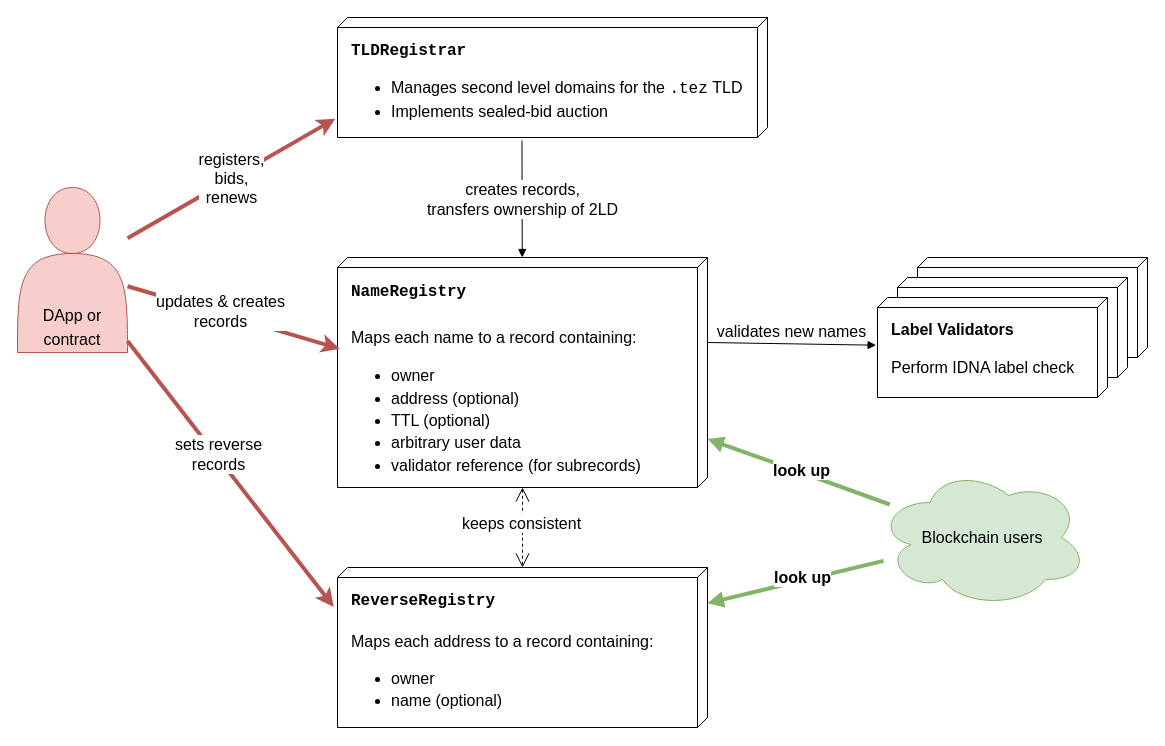
Earlier version of the draw.io diagram .gitbook/assets/smart_contracts.drawio (tezos-domains/docs). Source tidied: cells renumbered, new cells numbered last; positions are measured from the earlier drawing's top-left corner, leaving out a move shared by most shapes. Both pictures are drawn from the tidied source at 100%, with x=0, y=0 at pixel (17, 17).
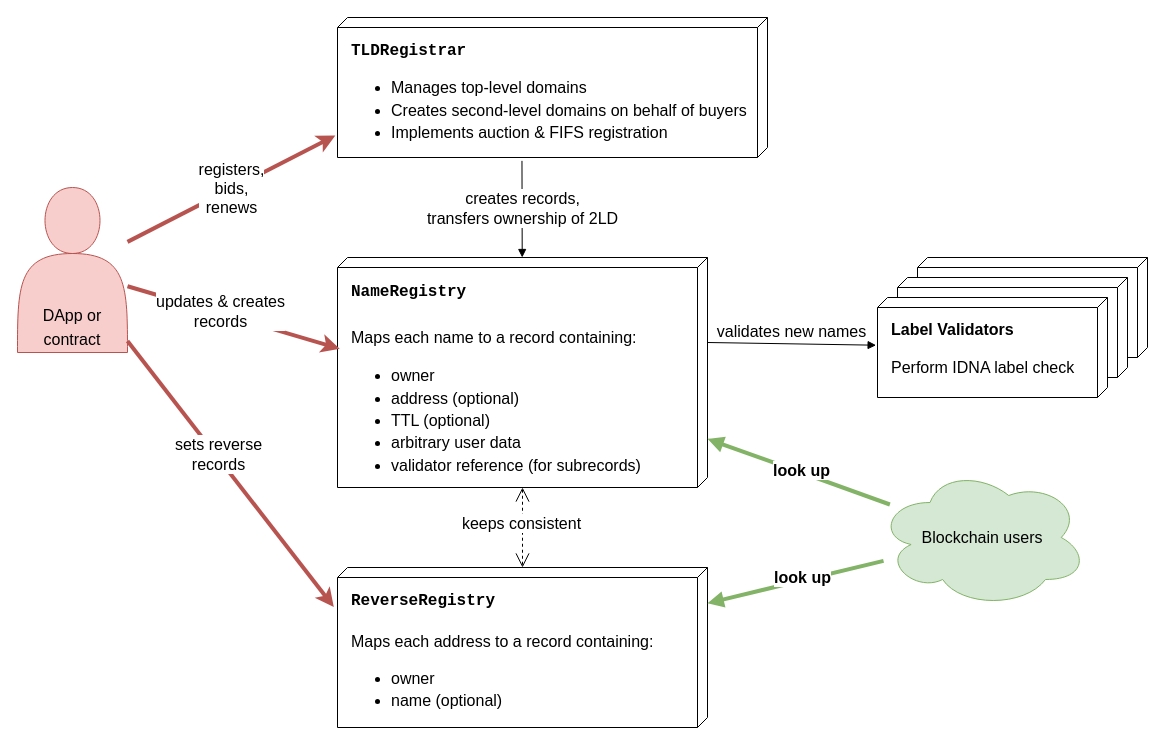
The same diagram, later.

The edit, as a diff of the source:
```diff
@@
-    <mxCell id="7" value="&lt;font&gt;&lt;font style=&quot;font-weight: bold ; font-family: &amp;#34;courier new&amp;#34; ; font-size: 16px&quot;&gt;TLDRegistrar&lt;/font&gt;&lt;br style=&quot;font-size: 16px&quot;&gt;&lt;ul style=&quot;line-height: 140%&quot;&gt;&lt;li&gt;&lt;font&gt;Manages second level domains for the &lt;font face=&quot;Courier New&quot;&gt;.tez&lt;/font&gt;&amp;nbsp;TLD&lt;/font&gt;&lt;/li&gt;&lt;li&gt;&lt;font&gt;Implements sealed-bid auction&lt;/font&gt;&lt;/li&gt;&lt;/ul&gt;&lt;/font&gt;" style="verticalAlign=top;align=left;spacingTop=16;spacingLeft=12;spacingRight=12;shape=cube;size=10;direction=south;fontStyle=0;html=1;fontSize=16;fontColor=#000000;" parent="1" vertex="1">
-      <mxGeometry x="320" width="430" height="120" as="geometry" />
+    <mxCell id="7" value="&lt;font&gt;&lt;font style=&quot;font-weight: bold ; font-family: &amp;#34;courier new&amp;#34; ; font-size: 16px&quot;&gt;TLDRegistrar&lt;/font&gt;&lt;br style=&quot;font-size: 16px&quot;&gt;&lt;ul style=&quot;line-height: 140%&quot;&gt;&lt;li&gt;&lt;font&gt;Manages top-level domains&lt;/font&gt;&lt;/li&gt;&lt;li&gt;&lt;font&gt;Creates second-level domains on behalf of buyers&lt;/font&gt;&lt;/li&gt;&lt;li&gt;&lt;font&gt;Implements auction &amp;amp; FIFS registration&lt;/font&gt;&lt;/li&gt;&lt;/ul&gt;&lt;/font&gt;" style="verticalAlign=top;align=left;spacingTop=16;spacingLeft=12;spacingRight=12;shape=cube;size=10;direction=south;fontStyle=0;html=1;fontSize=16;fontColor=#000000;" parent="1" vertex="1">
+      <mxGeometry x="320" width="430" height="140" as="geometry" />
     </mxCell>
```
